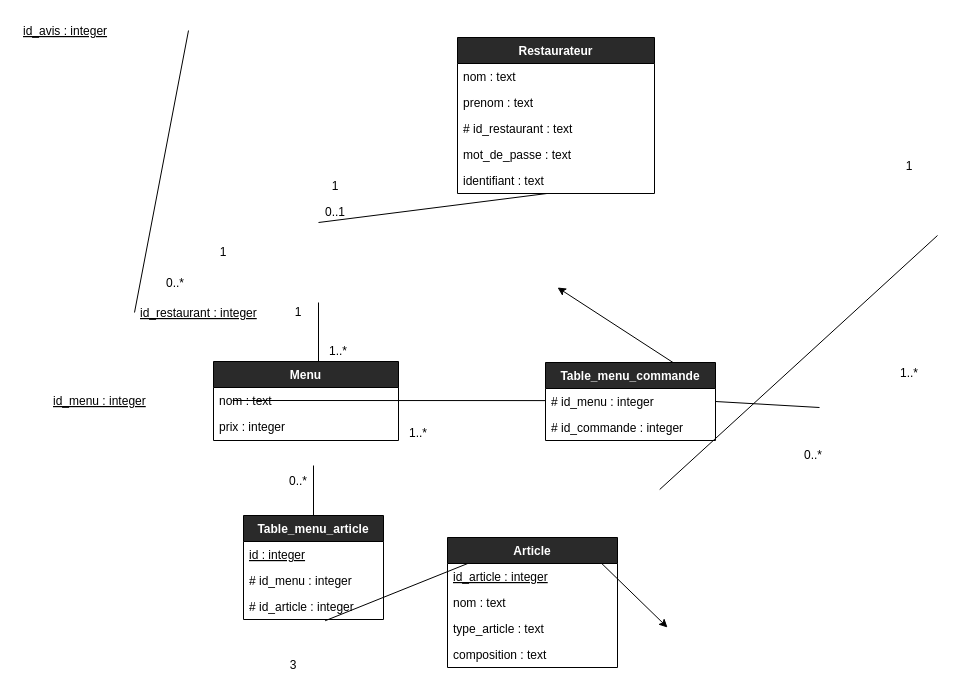
Earlier version of the draw.io diagram diagrammes/diagramme_logique.drawio (TheAIWizard/Ensaeats). Source tidied: cells renumbered, new cells numbered last; positions are measured from the earlier drawing's top-left corner, leaving out a move shared by most shapes. Both pictures are drawn from the tidied source at 100%, with x=0, y=0 at pixel (17, 17).
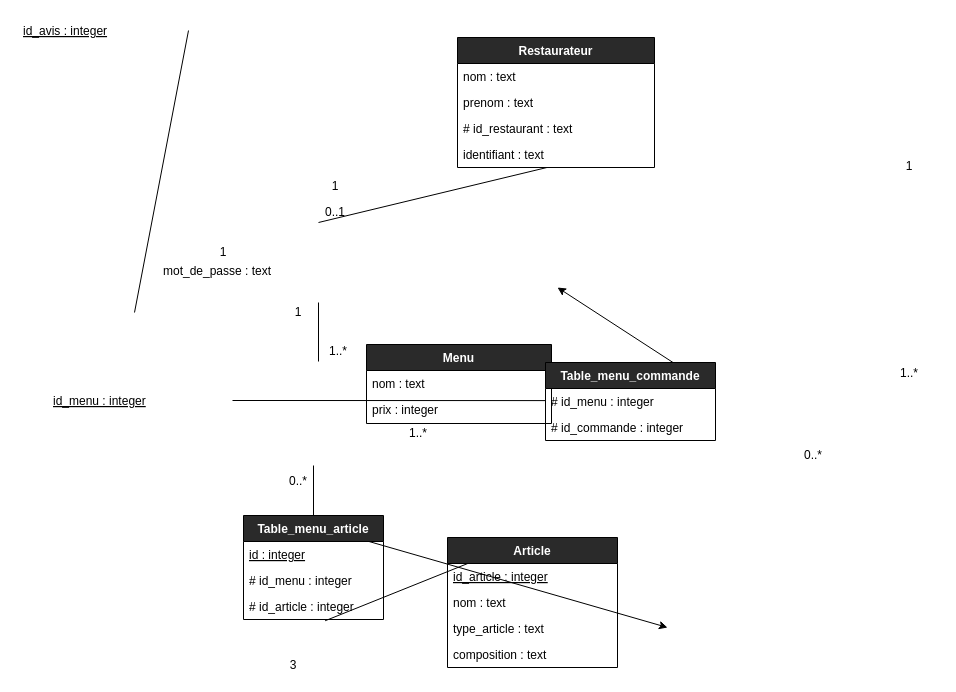
Above is the later version.

Commit message:
diag logiqu

The change refers to these unchanged cells:
```xml
<mxCell id="23" value="Article" style="swimlane;fontStyle=1;horizontal=1;startSize=26;rounded=0;shadow=0;glass=0;sketch=0;fillColor=#2a2a2a;fontColor=#FFFFFF;" parent="1" vertex="1">
  <mxGeometry x="430" y="520" width="170" height="130" as="geometry" />
</mxCell>
<mxCell id="32" value="id : integer" style="text;strokeColor=none;fillColor=none;align=left;verticalAlign=top;spacingLeft=4;spacingRight=4;overflow=hidden;points=[[0,0.5],[1,0.5]];portConstraint=eastwest;fontStyle=4;fontColor=#000000;" parent="31" vertex="1">
  <mxGeometry y="26" width="140" height="26" as="geometry" />
</mxCell>
<mxCell id="41" value="# id_menu : integer" style="text;strokeColor=none;fillColor=none;align=left;verticalAlign=top;spacingLeft=4;spacingRight=4;overflow=hidden;points=[[0,0.5],[1,0.5]];portConstraint=eastwest;fontColor=#000000;" parent="40" vertex="1">
  <mxGeometry y="26" width="170" height="26" as="geometry" />
</mxCell>
<mxCell id="47" value="id_avis : integer" style="text;strokeColor=none;fillColor=none;align=left;verticalAlign=top;spacingLeft=4;spacingRight=4;overflow=hidden;points=[[0,0.5],[1,0.5]];portConstraint=eastwest;fontStyle=4;fontColor=#000000;" parent="1" vertex="1">
  <mxGeometry width="171" height="26" as="geometry" />
</mxCell>
```

Change to the diagram source:
```diff
@@
     <mxCell id="8" value="Restaurateur" style="swimlane;fontStyle=1;horizontal=1;startSize=26;rounded=0;shadow=0;glass=0;sketch=0;fillColor=#2a2a2a;fontColor=#FFFFFF;" parent="1" vertex="1">
-      <mxGeometry x="440" y="20" width="197" height="156" as="geometry" />
+      <mxGeometry x="440" y="20" width="197" height="130" as="geometry" />
     </mxCell>
@@
-    <mxCell id="12" value="mot_de_passe : text" style="text;strokeColor=none;fillColor=none;align=left;verticalAlign=top;spacingLeft=4;spacingRight=4;overflow=hidden;labelBackgroundColor=#ffffff;fontColor=#000000;" parent="8" vertex="1">
-      <mxGeometry y="104" width="197" height="26" as="geometry" />
-    </mxCell>
     <mxCell id="13" value="identifiant : text" style="text;strokeColor=none;fillColor=none;align=left;verticalAlign=top;spacingLeft=4;spacingRight=4;overflow=hidden;points=[[0,0.5],[1,0.5]];portConstraint=eastwest;labelBackgroundColor=#ffffff;fontColor=#000000;" parent="8" vertex="1">
-      <mxGeometry y="130" width="197" height="26" as="geometry" />
+      <mxGeometry y="104" width="197" height="26" as="geometry" />
     </mxCell>
@@
     <mxCell id="15" value="Menu" style="swimlane;fontStyle=1;horizontal=1;startSize=26;rounded=0;shadow=0;glass=0;sketch=0;fillColor=#2a2a2a;fontColor=#FFFFFF;" parent="1" vertex="1">
-      <mxGeometry x="196" y="344" width="185" height="79" as="geometry" />
+      <mxGeometry x="349" y="327" width="185" height="79" as="geometry" />
     </mxCell>
@@
-    <mxCell id="22" style="edgeStyle=none;html=1;exitX=0.75;exitY=0;exitDx=0;exitDy=0;" parent="1" edge="1" source="23">
+    <mxCell id="22" style="edgeStyle=none;html=1;exitX=0.847;exitY=-0.077;exitDx=0;exitDy=0;exitPerimeter=0;" parent="1" edge="1" source="32">
       <mxGeometry relative="1" as="geometry">
         <mxPoint x="650" y="610" as="targetPoint" />
       </mxGeometry>
     </mxCell>
@@
-    <mxCell id="35" style="edgeStyle=none;html=1;exitX=0.5;exitY=0;exitDx=0;exitDy=0;entryX=0.536;entryY=1.054;entryDx=0;entryDy=0;entryPerimeter=0;endArrow=none;endFill=0;strokeColor=#000000;" parent="1" edge="1">
-      <mxGeometry relative="1" as="geometry">
-        <mxPoint x="920" y="218" as="sourcePoint" />
-        <mxPoint x="642.2" y="472" as="targetPoint" />
-      </mxGeometry>
-    </mxCell>
-    <mxCell id="36" style="endArrow=none;html=1;exitX=1;exitY=0.5;exitDx=0;exitDy=0;entryX=0;entryY=0.5;entryDx=0;entryDy=0;strokeColor=#000000;" parent="1" edge="1" source="41">
-      <mxGeometry relative="1" as="geometry">
-        <mxPoint x="802" y="390" as="targetPoint" />
-      </mxGeometry>
-    </mxCell>
@@
-    <mxCell id="43" style="endArrow=none;html=1;entryX=0;entryY=0.5;entryDx=0;entryDy=0;exitX=1;exitY=0.5;exitDx=0;exitDy=0;strokeColor=#000000;" parent="1" edge="1" source="47" target="48">
-      <mxGeometry relative="1" as="geometry" />
+    <mxCell id="43" style="endArrow=none;html=1;entryX=0;entryY=0.5;entryDx=0;entryDy=0;exitX=1;exitY=0.5;exitDx=0;exitDy=0;strokeColor=#000000;" parent="1" edge="1" source="47">
+      <mxGeometry relative="1" as="geometry">
+        <mxPoint x="117" y="295" as="targetPoint" />
+      </mxGeometry>
     </mxCell>
-    <mxCell id="44" value="&lt;font color=&quot;#000000&quot;&gt;0..*&lt;/font&gt;" style="text;html=1;strokeColor=none;fillColor=none;align=center;verticalAlign=middle;whiteSpace=wrap;rounded=0;shadow=0;glass=0;sketch=0;" parent="1" vertex="1">
-      <mxGeometry x="138" y="256" width="40" height="20" as="geometry" />
-    </mxCell>
@@
-    <mxCell id="48" value="id_restaurant : integer" style="text;strokeColor=none;fillColor=none;align=left;verticalAlign=top;spacingLeft=4;spacingRight=4;overflow=hidden;points=[[0,0.5],[1,0.5]];portConstraint=eastwest;fontStyle=4;fontColor=#000000;" parent="1" vertex="1">
-      <mxGeometry x="117" y="282" width="178" height="26" as="geometry" />
-    </mxCell>
@@
+    <mxCell id="12" value="mot_de_passe : text" style="text;strokeColor=none;fillColor=none;align=left;verticalAlign=top;spacingLeft=4;spacingRight=4;overflow=hidden;labelBackgroundColor=#ffffff;fontColor=#000000;" parent="1" vertex="1">
+      <mxGeometry x="140" y="240" width="197" height="26" as="geometry" />
+    </mxCell>
```
